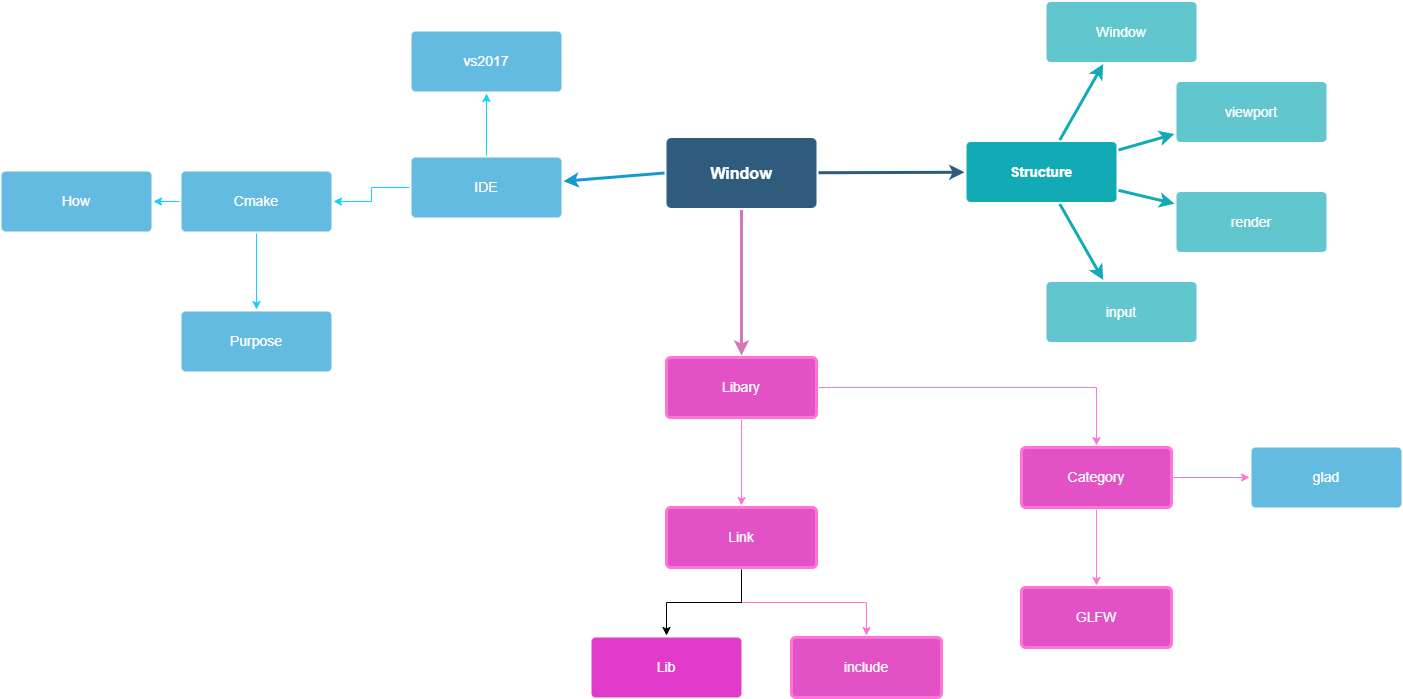
This is images/Opengl create a widnow Diagram.png from zengqiang24/zengqiang24.github.io, a draw.io export, as it was before one commit. Source tidied: cells renumbered, new cells last; positions are measured from the earlier drawing's top-left corner, leaving out a move shared by most shapes.
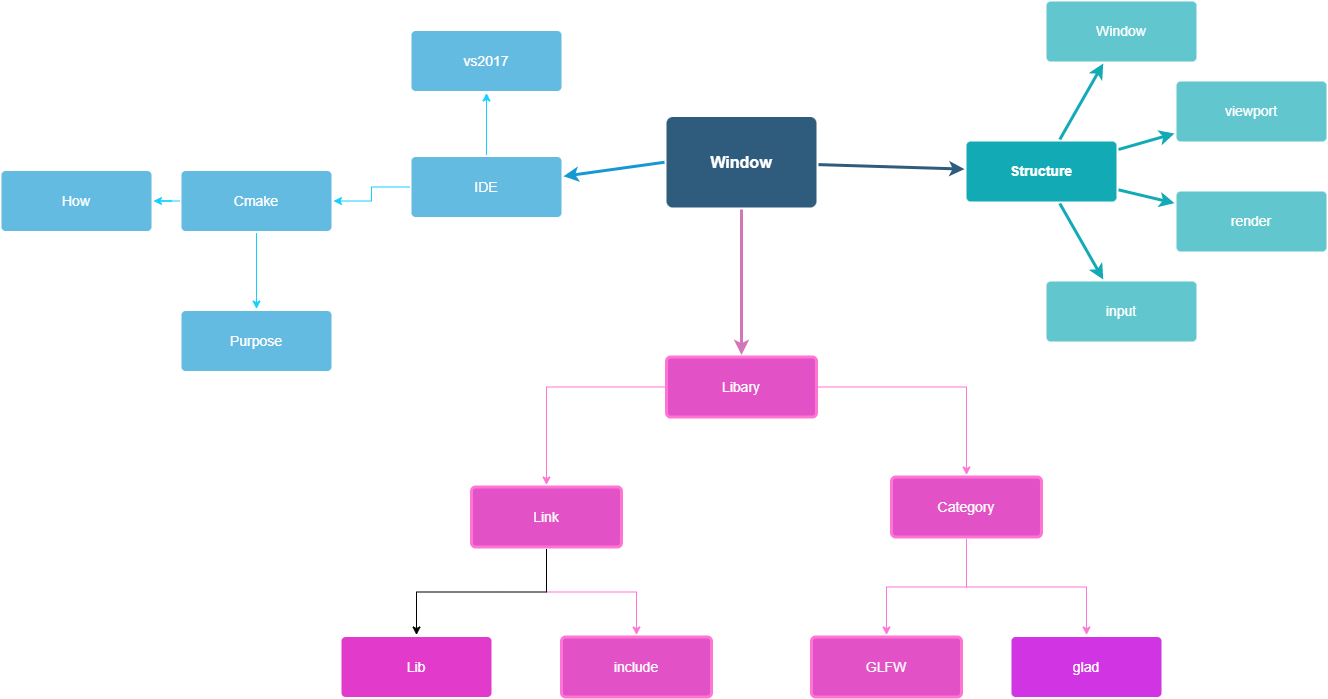
The same diagram one commit later.

The edit, as a diff of the source:
```diff
@@ -6,7 +6,7 @@
       <mxGeometry relative="1" as="geometry" />
     </mxCell>
     <mxCell id="3" value="Window" style="rounded=1;whiteSpace=wrap;html=1;shadow=0;labelBackgroundColor=none;strokeColor=none;strokeWidth=3;fillColor=#2F5B7C;fontFamily=Helvetica;fontSize=16;fontColor=#FFFFFF;align=center;fontStyle=1;spacing=5;arcSize=7;perimeterSpacing=2;" parent="1" vertex="1">
-      <mxGeometry x="665" y="136.5" width="150" height="70" as="geometry" />
+      <mxGeometry x="665" y="116" width="150" height="90.5" as="geometry" />
     </mxCell>
     <mxCell id="4" style="edgeStyle=none;rounded=0;jumpStyle=none;html=1;shadow=0;labelBackgroundColor=none;startArrow=none;startFill=0;endArrow=classic;endFill=1;jettySize=auto;strokeColor=#1699D3;strokeWidth=3;fontFamily=Helvetica;fontSize=14;fontColor=#FFFFFF;spacing=5;exitX=0;exitY=0.5;exitDx=0;exitDy=0;" parent="1" edge="1" source="3" target="11">
       <mxGeometry relative="1" as="geometry" />
@@ -66,7 +66,7 @@
       <mxGeometry relative="1" as="geometry" />
     </mxCell>
     <mxCell id="23" value="Category" style="rounded=1;whiteSpace=wrap;html=1;shadow=0;labelBackgroundColor=none;strokeColor=#FF75D6;strokeWidth=3;fillColor=#E251C5;fontFamily=Helvetica;fontSize=14;fontColor=#FFFFFF;align=center;spacing=5;arcSize=7;perimeterSpacing=2;" parent="1" vertex="1">
-      <mxGeometry x="1020" y="446" width="150" height="60" as="geometry" />
+      <mxGeometry x="890" y="476" width="150" height="60" as="geometry" />
     </mxCell>
     <mxCell id="24" style="edgeStyle=orthogonalEdgeStyle;rounded=0;jettySize=auto;html=1;strokeColor=#FF75D6;" parent="1" edge="1" source="26" target="29">
       <mxGeometry relative="1" as="geometry" />
@@ -75,19 +75,19 @@
       <mxGeometry relative="1" as="geometry" />
     </mxCell>
     <mxCell id="26" value="Link" style="rounded=1;whiteSpace=wrap;html=1;shadow=0;labelBackgroundColor=none;strokeColor=#FF75D6;strokeWidth=3;fillColor=#E251C5;fontFamily=Helvetica;fontSize=14;fontColor=#FFFFFF;align=center;spacing=5;arcSize=7;perimeterSpacing=2;" parent="1" vertex="1">
-      <mxGeometry x="665" y="506" width="150" height="60" as="geometry" />
+      <mxGeometry x="470" y="486" width="150" height="60" as="geometry" />
     </mxCell>
-    <mxCell id="27" value="glad" style="rounded=1;whiteSpace=wrap;html=1;shadow=0;labelBackgroundColor=none;strokeColor=none;strokeWidth=3;fillColor=#64bbe2;fontFamily=Helvetica;fontSize=14;fontColor=#FFFFFF;align=center;spacing=5;arcSize=7;perimeterSpacing=2;" parent="1" vertex="1">
-      <mxGeometry x="1250" y="446" width="150" height="60" as="geometry" />
+    <mxCell id="27" value="glad" style="rounded=1;whiteSpace=wrap;html=1;shadow=0;labelBackgroundColor=none;strokeColor=none;strokeWidth=3;fillColor=#D134E2;fontFamily=Helvetica;fontSize=14;fontColor=#FFFFFF;align=center;spacing=5;arcSize=7;perimeterSpacing=2;" parent="1" vertex="1">
+      <mxGeometry x="1010" y="636" width="150" height="60" as="geometry" />
     </mxCell>
     <mxCell id="28" value="GLFW" style="rounded=1;whiteSpace=wrap;html=1;shadow=0;labelBackgroundColor=none;strokeColor=#FF75D6;strokeWidth=3;fillColor=#E251C5;fontFamily=Helvetica;fontSize=14;fontColor=#FFFFFF;align=center;spacing=5;arcSize=7;perimeterSpacing=2;" parent="1" vertex="1">
-      <mxGeometry x="1020" y="586" width="150" height="60" as="geometry" />
+      <mxGeometry x="810" y="636" width="150" height="60" as="geometry" />
     </mxCell>
     <mxCell id="29" value="include" style="rounded=1;whiteSpace=wrap;html=1;shadow=0;labelBackgroundColor=none;strokeColor=#FF75D6;strokeWidth=3;fillColor=#E251C5;fontFamily=Helvetica;fontSize=14;fontColor=#FFFFFF;align=center;spacing=5;arcSize=7;perimeterSpacing=2;" parent="1" vertex="1">
-      <mxGeometry x="790" y="636" width="150" height="60" as="geometry" />
+      <mxGeometry x="560" y="636" width="150" height="60" as="geometry" />
     </mxCell>
     <mxCell id="30" value="Lib" style="rounded=1;whiteSpace=wrap;html=1;shadow=0;labelBackgroundColor=none;strokeColor=none;strokeWidth=3;fillColor=#E23BCC;fontFamily=Helvetica;fontSize=14;fontColor=#FFFFFF;align=center;spacing=5;arcSize=7;perimeterSpacing=2;" parent="1" vertex="1">
-      <mxGeometry x="590" y="636" width="150" height="60" as="geometry" />
+      <mxGeometry x="340" y="636" width="150" height="60" as="geometry" />
     </mxCell>
     <mxCell id="31" style="edgeStyle=orthogonalEdgeStyle;rounded=0;jettySize=auto;html=1;strokeColor=#14D0FF;" parent="1" edge="1" source="33" target="34">
       <mxGeometry relative="1" as="geometry" />
```
